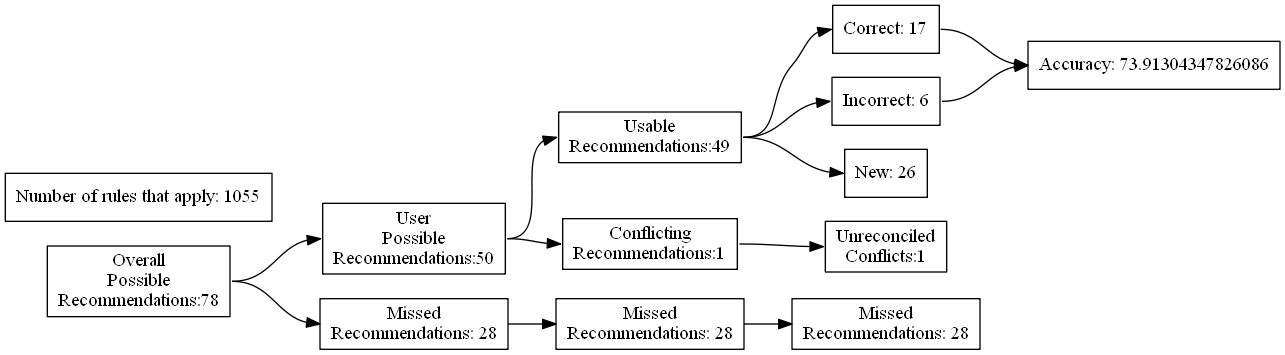
ZaxR/ibd_diet_analysis keeps this Graphviz diagram as test_renders/56.gv.png. Above is the earlier version. Its source is kept beside it as test_renders/56.gv.
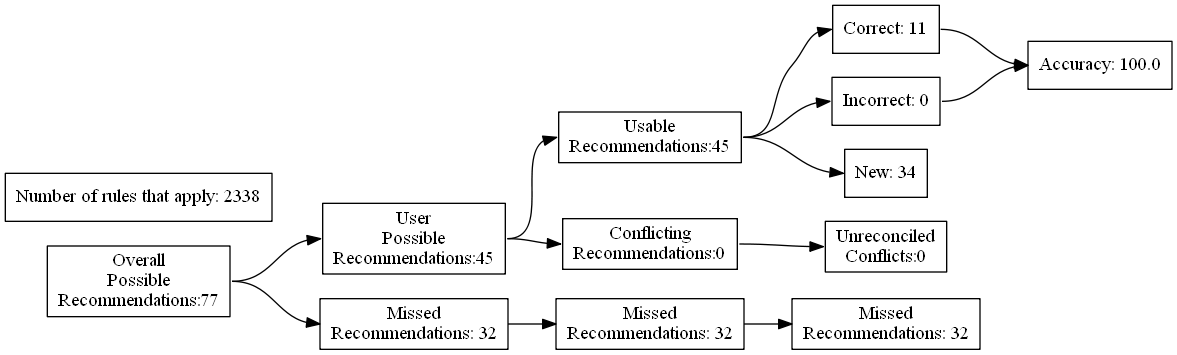
After the commit.

What changed in the source:
```diff
@@ -4,27 +4,27 @@
 	edge [headport=w tailport=e]
 		A [label="Overall
 Possible
-Recommendations:78"]
+Recommendations:77"]
 		B [label="User
 Possible
-Recommendations:50"]
+Recommendations:45"]
 		C [label="Missed
-Recommendations: 28"]
+Recommendations: 32"]
 		D [label="Usable
-Recommendations:49"]
+Recommendations:45"]
 		E [label="Conflicting
-Recommendations:1"]
+Recommendations:0"]
 		J [label="Missed
-Recommendations: 28"]
+Recommendations: 32"]
 		M [label="Unreconciled
-Conflicts:1"]
-		F [label="Correct: 17"]
-		G [label="Incorrect: 6"]
-		H [label="New: 26"]
+Conflicts:0"]
+		F [label="Correct: 11"]
+		G [label="Incorrect: 0"]
+		H [label="New: 34"]
 		K [label="Missed
-Recommendations: 28"]
-		I [label="Accuracy: 73.91304347826086"]
-		l [label="Number of rules that apply: 1055"]
+Recommendations: 32"]
+		I [label="Accuracy: 100.0"]
+		l [label="Number of rules that apply: 2338"]
 			A -> B
 			A -> C
 			B -> D
```
